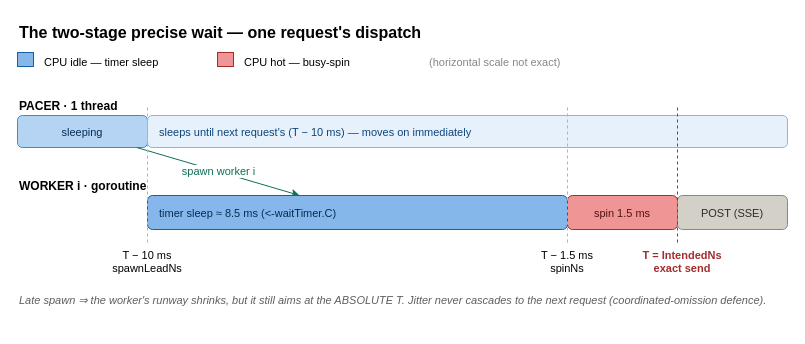
Before: docs/pacer-timing.drawio in percentes/percentes, a draw.io diagram. Source tidied: cells renumbered, new cells numbered last; positions are measured from the earlier drawing's top-left corner, leaving out a move shared by most shapes. Both pictures are drawn from the tidied source at 100%, with x=0, y=0 at pixel (17, 17).
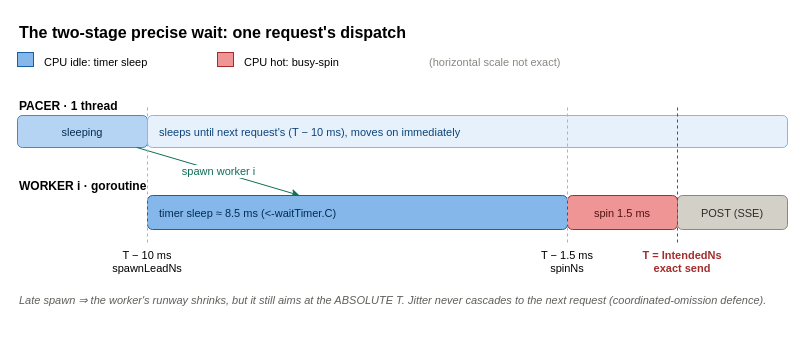
The same diagram, later.

Change to the diagram source:
```diff
@@
-    <mxCell id="2" value="The two-stage precise wait — one request's dispatch" style="text;html=1;fontSize=16;fontStyle=1;align=left;verticalAlign=middle;" parent="1" vertex="1">
+    <mxCell id="2" value="The two-stage precise wait: one request's dispatch" style="text;html=1;fontSize=16;fontStyle=1;align=left;verticalAlign=middle;" parent="1" vertex="1">
       <mxGeometry width="600" height="30" as="geometry" />
     </mxCell>
-    <mxCell id="3" value="CPU idle — timer sleep" style="text;html=1;fontSize=11;align=left;" parent="1" vertex="1">
+    <mxCell id="3" value="CPU idle: timer sleep" style="text;html=1;fontSize=11;align=left;" parent="1" vertex="1">
       <mxGeometry x="25" y="32" width="160" height="20" as="geometry" />
     </mxCell>
@@
-    <mxCell id="5" value="CPU hot — busy-spin" style="text;html=1;fontSize=11;align=left;" parent="1" vertex="1">
+    <mxCell id="5" value="CPU hot: busy-spin" style="text;html=1;fontSize=11;align=left;" parent="1" vertex="1">
       <mxGeometry x="225" y="32" width="150" height="20" as="geometry" />
     </mxCell>
@@
-    <mxCell id="10" value="sleeps until next request's (T − 10 ms) — moves on immediately" style="rounded=1;fillColor=#E6F1FB;strokeColor=#85B7EB;fontSize=11;fontColor=#0C447C;align=left;spacingLeft=10;" parent="1" vertex="1">
+    <mxCell id="10" value="sleeps until next request's (T − 10 ms), moves on immediately" style="rounded=1;fillColor=#E6F1FB;strokeColor=#85B7EB;fontSize=11;fontColor=#0C447C;align=left;spacingLeft=10;" parent="1" vertex="1">
       <mxGeometry x="130" y="98" width="640" height="32" as="geometry" />
     </mxCell>
```
